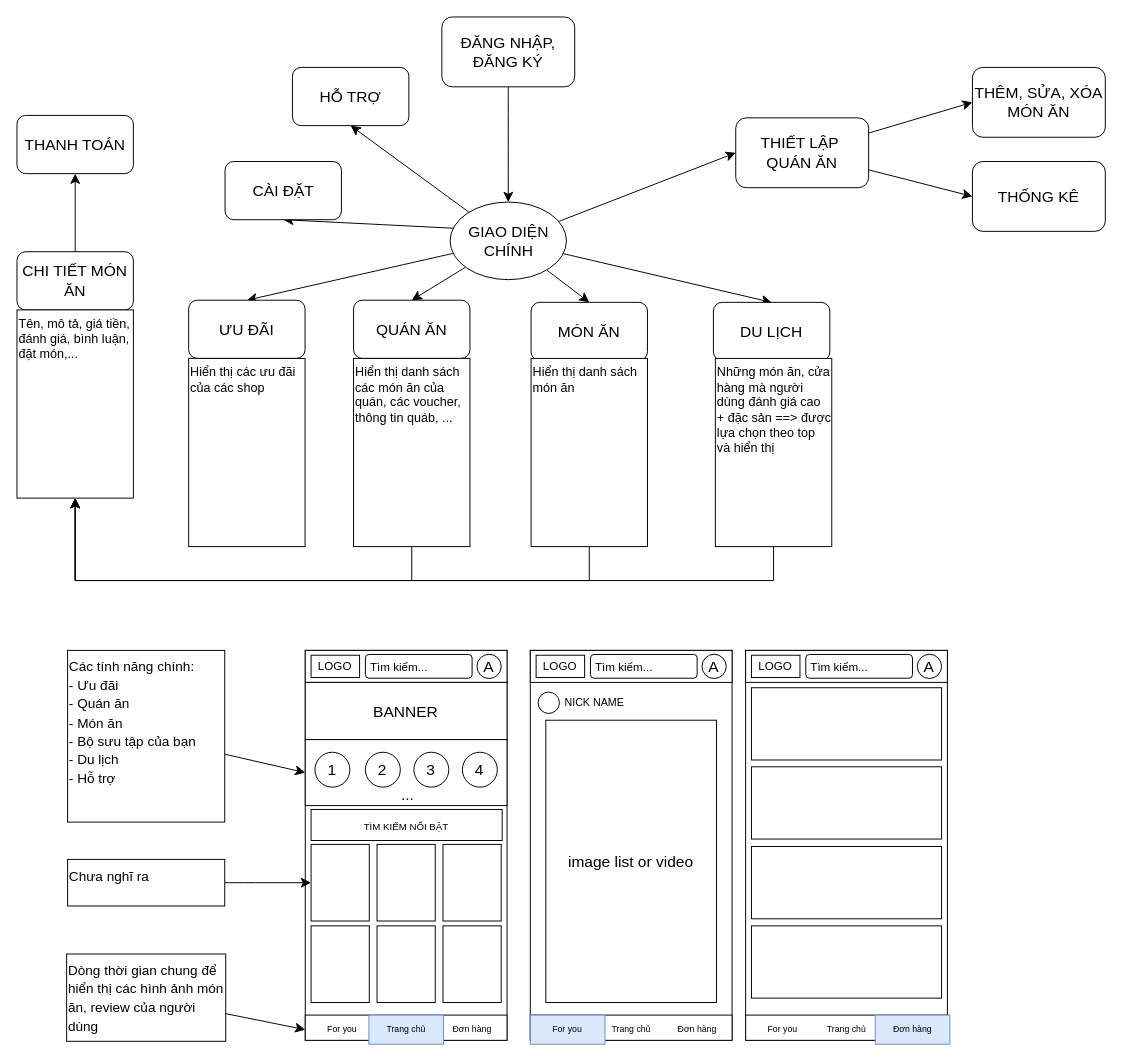
Before: structure.drawio in dvcdung/vku_bp3_fufu_application, a draw.io diagram. Source tidied: cells renumbered, new cells numbered last; positions are measured from the earlier drawing's top-left corner, leaving out a move shared by most shapes. Both pictures are drawn from the tidied source at 97%, with x=0, y=0 at pixel (16, 16).
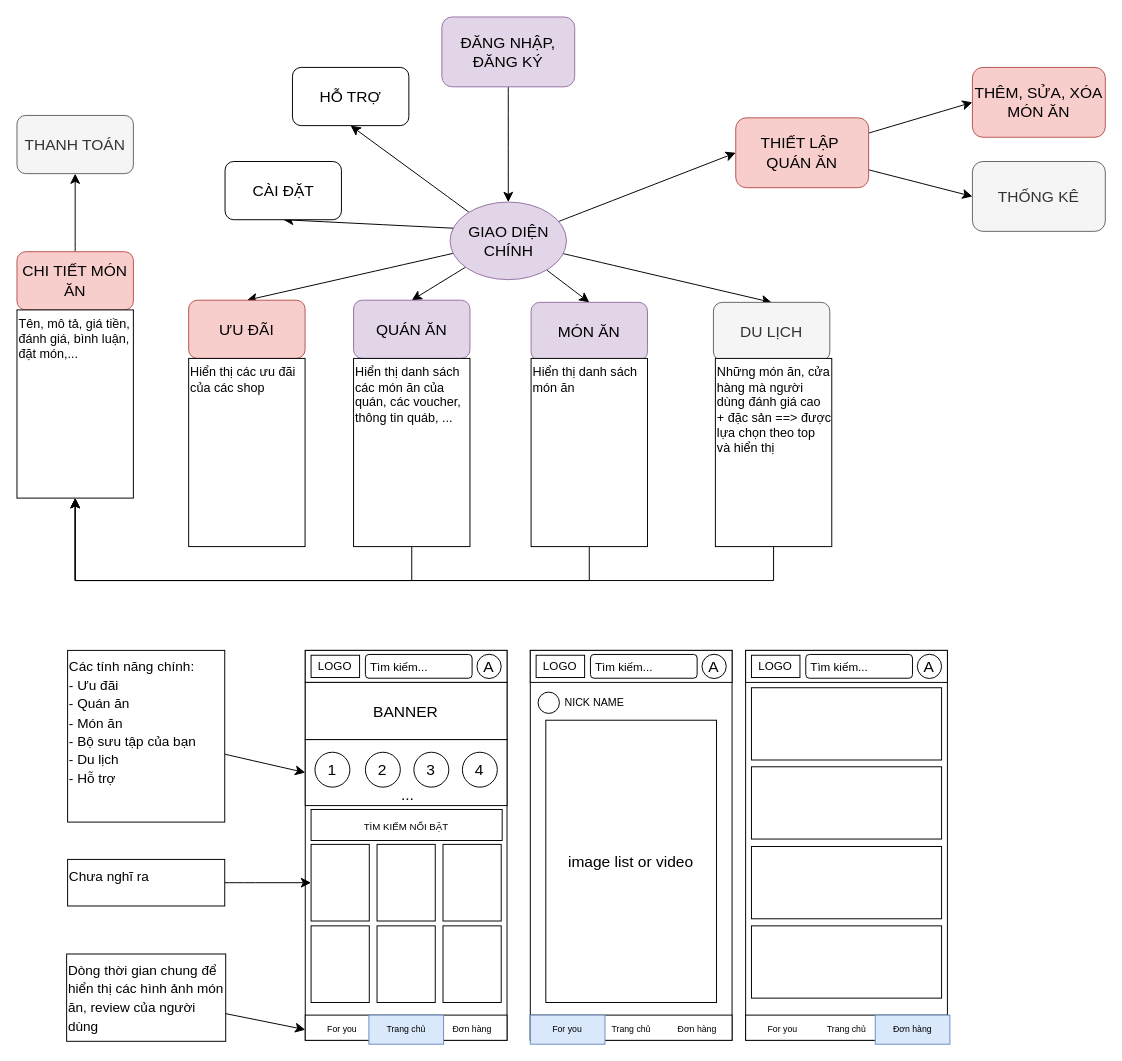
Above is the later version.

What changed in the source:
```diff
@@
-    <mxCell id="3" value="ĐĂNG NHẬP, ĐĂNG KÝ" style="rounded=1;whiteSpace=wrap;html=1;fontSize=16;" parent="1" vertex="1">
+    <mxCell id="3" value="ĐĂNG NHẬP, ĐĂNG KÝ" style="rounded=1;whiteSpace=wrap;html=1;fontSize=16;fillColor=#e1d5e7;strokeColor=#9673a6;" parent="1" vertex="1">
       <mxGeometry x="438" width="137" height="72" as="geometry" />
     </mxCell>
@@
-    <mxCell id="11" value="GIAO DIỆN CHÍNH" style="ellipse;whiteSpace=wrap;html=1;fontSize=16;" parent="1" vertex="1">
+    <mxCell id="11" value="GIAO DIỆN CHÍNH" style="ellipse;whiteSpace=wrap;html=1;fontSize=16;fillColor=#e1d5e7;strokeColor=#9673a6;" parent="1" vertex="1">
       <mxGeometry x="446.5" y="190.8" width="120" height="80" as="geometry" />
     </mxCell>
@@
-    <mxCell id="66" value="ƯU ĐÃI" style="rounded=1;whiteSpace=wrap;html=1;fontSize=16;" parent="1" vertex="1">
+    <mxCell id="66" value="ƯU ĐÃI" style="rounded=1;whiteSpace=wrap;html=1;fontSize=16;fillColor=#f8cecc;strokeColor=#b85450;" parent="1" vertex="1">
       <mxGeometry x="177" y="292" width="120" height="60" as="geometry" />
     </mxCell>
-    <mxCell id="67" value="QUÁN ĂN" style="rounded=1;whiteSpace=wrap;html=1;fontSize=16;" parent="1" vertex="1">
+    <mxCell id="67" value="QUÁN ĂN" style="rounded=1;whiteSpace=wrap;html=1;fontSize=16;fillColor=#e1d5e7;strokeColor=#9673a6;" parent="1" vertex="1">
       <mxGeometry x="347" y="292" width="120" height="60" as="geometry" />
     </mxCell>
-    <mxCell id="68" value="MÓN ĂN" style="rounded=1;whiteSpace=wrap;html=1;fontSize=16;" parent="1" vertex="1">
+    <mxCell id="68" value="MÓN ĂN" style="rounded=1;whiteSpace=wrap;html=1;fontSize=16;fillColor=#e1d5e7;strokeColor=#9673a6;" parent="1" vertex="1">
       <mxGeometry x="530" y="294.2" width="120" height="60" as="geometry" />
     </mxCell>
-    <mxCell id="69" value="DU LỊCH" style="rounded=1;whiteSpace=wrap;html=1;fontSize=16;" parent="1" vertex="1">
+    <mxCell id="69" value="DU LỊCH" style="rounded=1;whiteSpace=wrap;html=1;fontSize=16;fillColor=#f5f5f5;fontColor=#333333;strokeColor=#666666;" parent="1" vertex="1">
       <mxGeometry x="718" y="294.2" width="120" height="60" as="geometry" />
     </mxCell>
@@
-    <mxCell id="79" value="CHI TIẾT MÓN ĂN" style="rounded=1;whiteSpace=wrap;html=1;fontSize=16;" parent="1" vertex="1">
+    <mxCell id="79" value="CHI TIẾT MÓN ĂN" style="rounded=1;whiteSpace=wrap;html=1;fontSize=16;fillColor=#f8cecc;strokeColor=#b85450;" parent="1" vertex="1">
       <mxGeometry y="242" width="120" height="60" as="geometry" />
     </mxCell>
@@
-    <mxCell id="82" value="THANH TOÁN" style="rounded=1;whiteSpace=wrap;html=1;fontSize=16;" parent="1" vertex="1">
+    <mxCell id="82" value="THANH TOÁN" style="rounded=1;whiteSpace=wrap;html=1;fontSize=16;fillColor=#f5f5f5;fontColor=#333333;strokeColor=#666666;" parent="1" vertex="1">
       <mxGeometry y="101.5" width="120" height="60" as="geometry" />
     </mxCell>
@@
-    <mxCell id="85" value="THIẾT LẬP&amp;nbsp; QUÁN ĂN" style="rounded=1;whiteSpace=wrap;html=1;fontSize=16;" parent="1" vertex="1">
+    <mxCell id="85" value="THIẾT LẬP&amp;nbsp; QUÁN ĂN" style="rounded=1;whiteSpace=wrap;html=1;fontSize=16;fillColor=#f8cecc;strokeColor=#b85450;" parent="1" vertex="1">
       <mxGeometry x="741" y="104" width="137" height="72" as="geometry" />
     </mxCell>
-    <mxCell id="86" value="THÊM, SỬA, XÓA MÓN ĂN" style="rounded=1;whiteSpace=wrap;html=1;fontSize=16;" parent="1" vertex="1">
+    <mxCell id="86" value="THÊM, SỬA, XÓA MÓN ĂN" style="rounded=1;whiteSpace=wrap;html=1;fontSize=16;fillColor=#f8cecc;strokeColor=#b85450;" parent="1" vertex="1">
       <mxGeometry x="985" y="52" width="137" height="72" as="geometry" />
     </mxCell>
-    <mxCell id="87" value="THỐNG KÊ" style="rounded=1;whiteSpace=wrap;html=1;fontSize=16;" parent="1" vertex="1">
+    <mxCell id="87" value="THỐNG KÊ" style="rounded=1;whiteSpace=wrap;html=1;fontSize=16;fillColor=#f5f5f5;fontColor=#333333;strokeColor=#666666;" parent="1" vertex="1">
       <mxGeometry x="985" y="149" width="137" height="72" as="geometry" />
     </mxCell>
```
